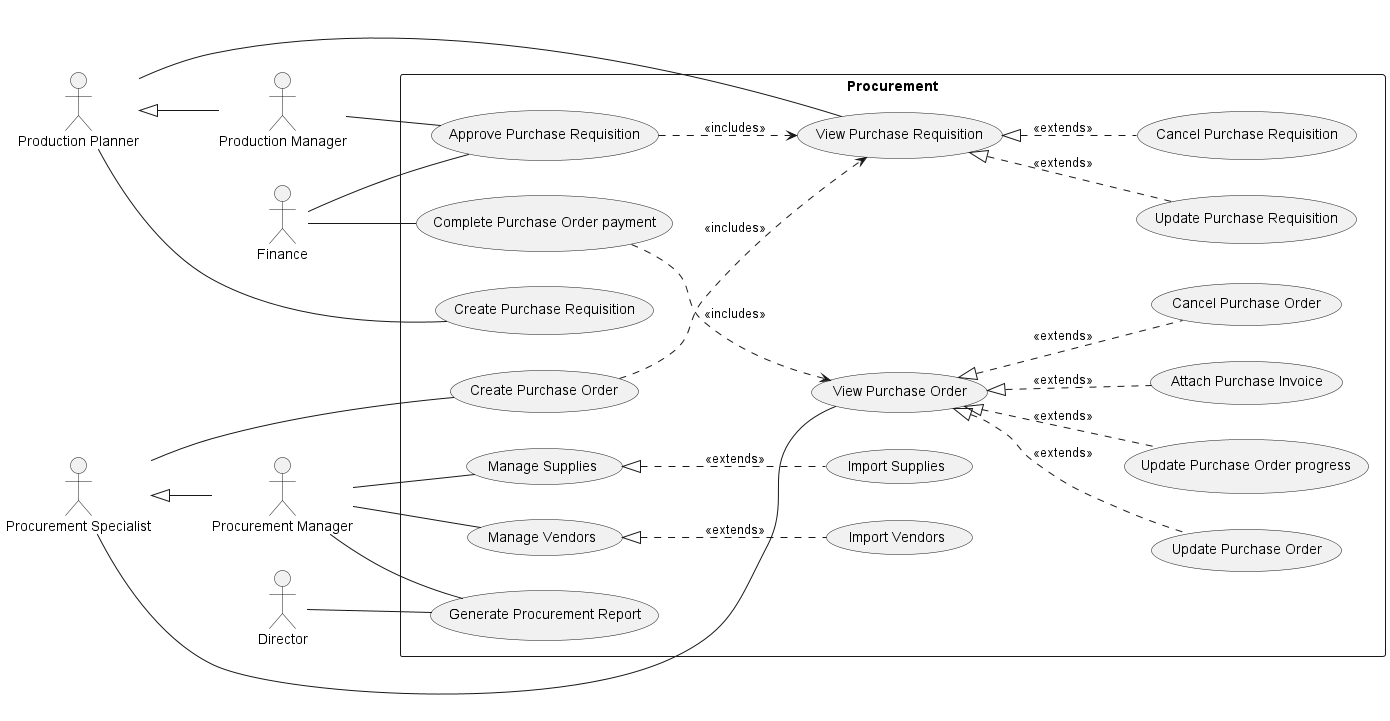
Earlier version of the PlantUML export use-cases/Procurement.png (phihungha/scmss-reqs).
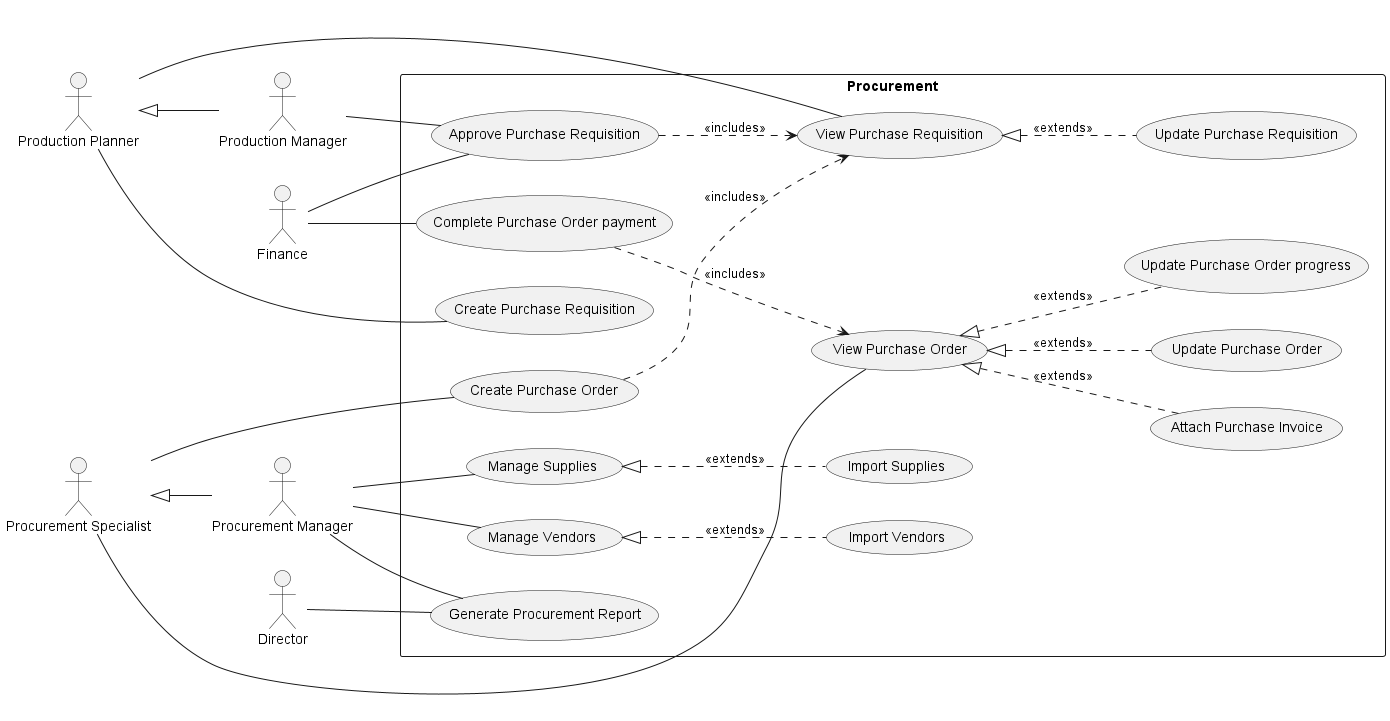
Above is the later version.

Diff of the diagram source:
```diff
@@ -16,7 +16,6 @@
     pp -- (Create Purchase Requisition)
     pp -- (View Purchase Requisition)
     (View Purchase Requisition) <|.. (Update Purchase Requisition) : <<extends>>
-    (View Purchase Requisition) <|.. (Cancel Purchase Requisition) : <<extends>>
     f -- (Approve Purchase Requisition)
     prm -- (Approve Purchase Requisition)
     (Approve Purchase Requisition) ..> (View Purchase Requisition) : <<includes>>
@@ -27,7 +26,6 @@
     (View Purchase Order) <|.. (Update Purchase Order) : <<extends>>
     (View Purchase Order) <|.. (Update Purchase Order progress) : <<extends>>
     (View Purchase Order) <|.. (Attach Purchase Invoice) : <<extends>>
-    (View Purchase Order) <|.. (Cancel Purchase Order) : <<extends>>
     f -- (Complete Purchase Order payment)
     (Complete Purchase Order payment) ..> (View Purchase Order) : <<includes>>
 
```
